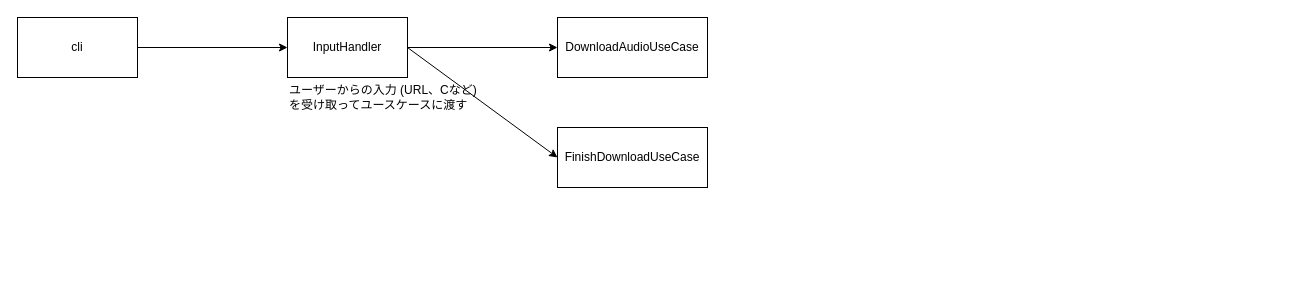
noooda/mypyaudio keeps this draw.io diagram as docs/pyaudio.drawio. Above is the earlier version. Source tidied: cells renumbered, new cells numbered last; positions are measured from the earlier drawing's top-left corner, leaving out a move shared by most shapes. Both pictures are drawn from the tidied source at 100%, with x=0, y=0 at pixel (17, 17).
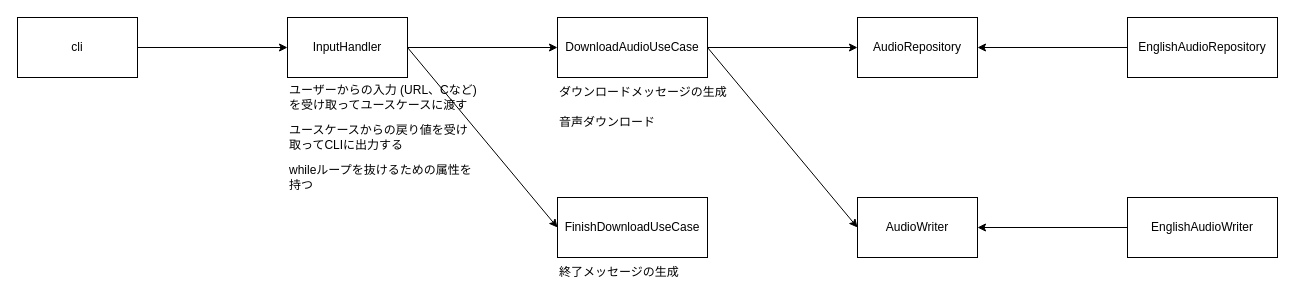
Above is the later version.

The change refers to these unchanged cells:
```xml
<mxCell id="7" value="DownloadAudioUseCase" style="rounded=0;whiteSpace=wrap;html=1;" parent="1" vertex="1">
  <mxGeometry x="540" width="150" height="60" as="geometry" />
</mxCell>
```

What changed in the source:
```diff
@@
     <mxCell id="9" value="FinishDownloadUseCase" style="rounded=0;whiteSpace=wrap;html=1;" parent="1" vertex="1">
-      <mxGeometry x="540" y="110" width="150" height="60" as="geometry" />
+      <mxGeometry x="540" y="180" width="150" height="60" as="geometry" />
     </mxCell>
+    <mxCell id="10" style="endArrow=classic;html=1;rounded=0;entryX=0;entryY=0.5;entryDx=0;entryDy=0;" parent="1" edge="1" source="7" target="11">
+      <mxGeometry relative="1" as="geometry" />
+    </mxCell>
+    <mxCell id="11" value="AudioRepository" style="rounded=0;whiteSpace=wrap;html=1;" parent="1" vertex="1">
+      <mxGeometry x="840" width="120" height="60" as="geometry" />
+    </mxCell>
+    <mxCell id="12" style="endArrow=classic;html=1;rounded=0;exitX=0;exitY=0.5;exitDx=0;exitDy=0;entryX=1;entryY=0.5;entryDx=0;entryDy=0;" parent="1" edge="1" source="13" target="11">
+      <mxGeometry relative="1" as="geometry" />
+    </mxCell>
+    <mxCell id="13" value="EnglishAudioRepository" style="rounded=0;whiteSpace=wrap;html=1;" parent="1" vertex="1">
+      <mxGeometry x="1110" width="150" height="60" as="geometry" />
+    </mxCell>
+    <mxCell id="14" value="ユースケースからの戻り値を受け取ってCLIに出力する" style="text;html=1;align=left;verticalAlign=middle;whiteSpace=wrap;rounded=0;" parent="1" vertex="1">
+      <mxGeometry x="270" y="100" width="190" height="40" as="geometry" />
+    </mxCell>
+    <mxCell id="15" style="endArrow=classic;html=1;rounded=0;exitX=1;exitY=0.5;exitDx=0;exitDy=0;entryX=0;entryY=0.5;entryDx=0;entryDy=0;" parent="1" edge="1" source="7" target="16">
+      <mxGeometry relative="1" as="geometry" />
+    </mxCell>
+    <mxCell id="16" value="AudioWriter" style="rounded=0;whiteSpace=wrap;html=1;" parent="1" vertex="1">
+      <mxGeometry x="840" y="180" width="120" height="60" as="geometry" />
+    </mxCell>
+    <mxCell id="17" style="endArrow=classic;html=1;rounded=0;" parent="1" edge="1" source="18" target="16">
+      <mxGeometry relative="1" as="geometry" />
+    </mxCell>
+    <mxCell id="18" value="EnglishAudioWriter" style="rounded=0;whiteSpace=wrap;html=1;" parent="1" vertex="1">
+      <mxGeometry x="1110" y="180" width="150" height="60" as="geometry" />
+    </mxCell>
+    <mxCell id="19" value="whileループを抜けるための属性を持つ" style="text;html=1;align=left;verticalAlign=middle;whiteSpace=wrap;rounded=0;" parent="1" vertex="1">
+      <mxGeometry x="270" y="140" width="190" height="40" as="geometry" />
+    </mxCell>
+    <mxCell id="20" value="終了メッセージの生成" style="text;html=1;align=left;verticalAlign=middle;whiteSpace=wrap;rounded=0;" parent="1" vertex="1">
+      <mxGeometry x="540" y="240" width="150" height="30" as="geometry" />
+    </mxCell>
+    <mxCell id="21" value="ダウンロードメッセージの生成" style="text;html=1;align=left;verticalAlign=middle;whiteSpace=wrap;rounded=0;" parent="1" vertex="1">
+      <mxGeometry x="540" y="60" width="190" height="30" as="geometry" />
+    </mxCell>
+    <mxCell id="22" value="音声ダウンロード" style="text;html=1;align=left;verticalAlign=middle;whiteSpace=wrap;rounded=0;" parent="1" vertex="1">
+      <mxGeometry x="540" y="90" width="190" height="30" as="geometry" />
+    </mxCell>
```
